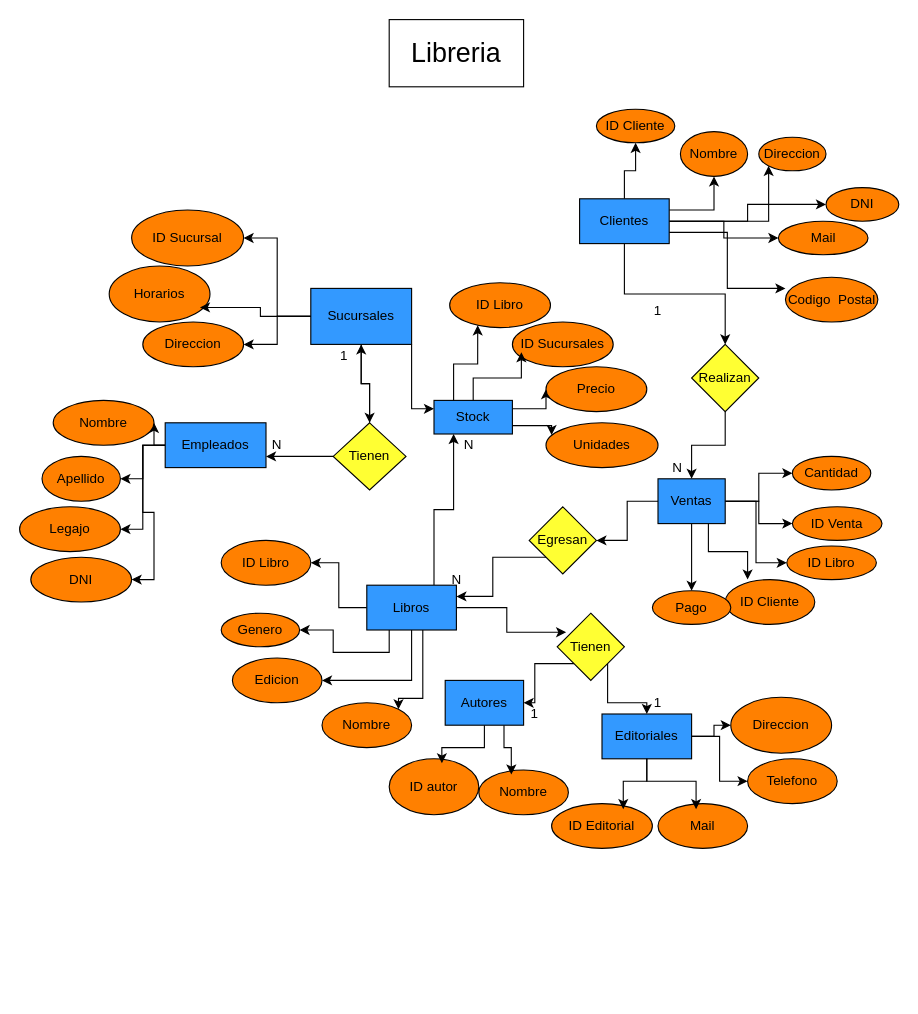
EzequielLST/SQL-Trabajo-final keeps this draw.io diagram as Cuadro Entidad Relacion Libreria.drawio. Above is the earlier version. Source tidied: cells renumbered, new cells numbered last; positions are measured from the earlier drawing's top-left corner, leaving out a move shared by most shapes. Both pictures are drawn from the tidied source at 112%, with x=0, y=0 at pixel (19, 19).
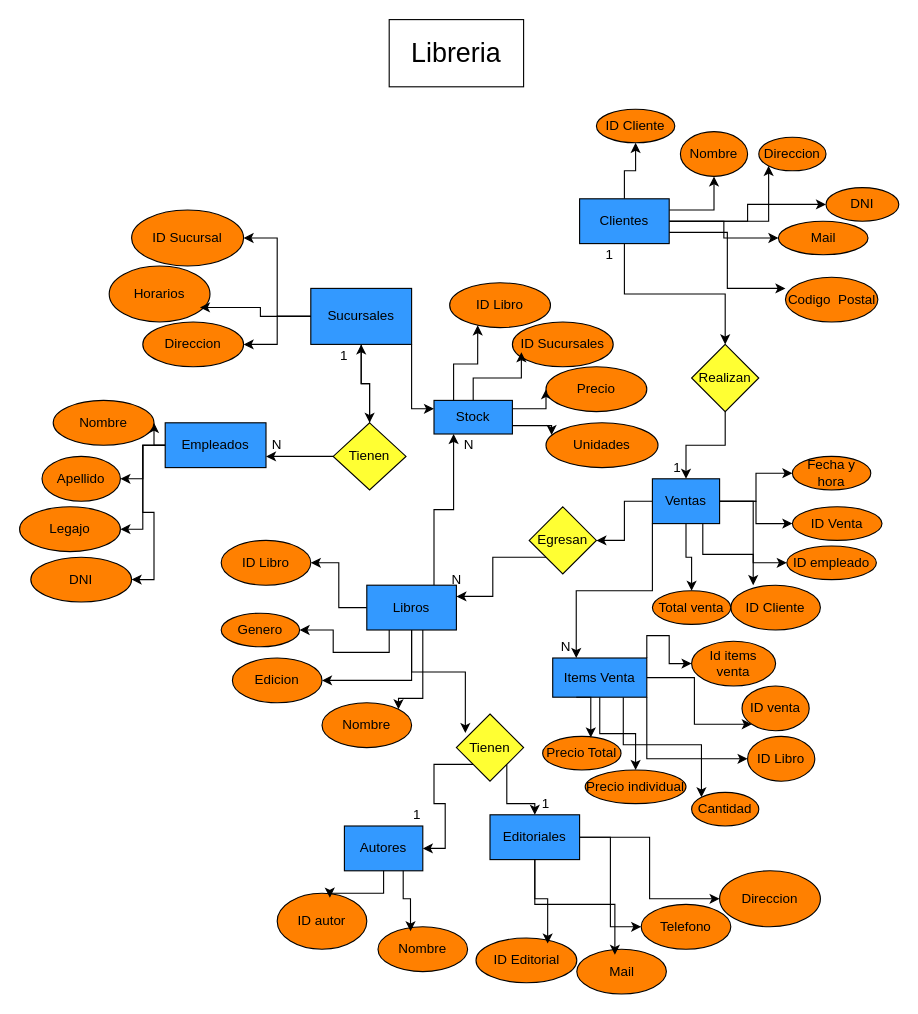
The same diagram, later.

What changed in the source:
```diff
@@
     <mxCell id="28" value="Editoriales" style="rounded=0;whiteSpace=wrap;html=1;fillColor=#3399FF;" parent="1" vertex="1">
-      <mxGeometry x="520" y="620" width="80" height="40" as="geometry" />
+      <mxGeometry x="420" y="710" width="80" height="40" as="geometry" />
     </mxCell>
@@
     <mxCell id="31" value="Tienen" style="rhombus;whiteSpace=wrap;html=1;fillColor=#FFFF33;" parent="1" vertex="1">
-      <mxGeometry x="480" y="530" width="60" height="60" as="geometry" />
+      <mxGeometry x="390" y="620" width="60" height="60" as="geometry" />
     </mxCell>
@@
+    <mxCell id="99" style="edgeStyle=orthogonalEdgeStyle;rounded=0;jettySize=auto;html=1;exitX=0;exitY=1;exitDx=0;exitDy=0;entryX=0.25;entryY=0;entryDx=0;entryDy=0;" parent="1" edge="1" source="41" target="105">
+      <mxGeometry relative="1" as="geometry" />
+    </mxCell>
     <mxCell id="41" value="Ventas" style="rounded=0;whiteSpace=wrap;html=1;fillColor=#3399FF;" parent="1" vertex="1">
-      <mxGeometry x="570" y="410" width="60" height="40" as="geometry" />
+      <mxGeometry x="565" y="410" width="60" height="40" as="geometry" />
     </mxCell>
@@
-    <mxCell id="49" value="Cantidad" style="ellipse;whiteSpace=wrap;html=1;fillColor=#FF8000;" parent="1" vertex="1">
+    <mxCell id="49" value="Fecha y hora" style="ellipse;whiteSpace=wrap;html=1;fillColor=#FF8000;" parent="1" vertex="1">
       <mxGeometry x="690" y="390" width="70" height="30" as="geometry" />
     </mxCell>
@@
-    <mxCell id="51" value="ID Libro" style="ellipse;whiteSpace=wrap;html=1;fillColor=#FF8000;" parent="1" vertex="1">
+    <mxCell id="51" value="ID empleado" style="ellipse;whiteSpace=wrap;html=1;fillColor=#FF8000;" parent="1" vertex="1">
       <mxGeometry x="685" y="470" width="80" height="30" as="geometry" />
     </mxCell>
     <mxCell id="52" value="ID Cliente" style="ellipse;whiteSpace=wrap;html=1;fillColor=#FF8000;" parent="1" vertex="1">
-      <mxGeometry x="630" y="500" width="80" height="40" as="geometry" />
+      <mxGeometry x="635" y="505" width="80" height="40" as="geometry" />
     </mxCell>
-    <mxCell id="53" value="Pago" style="ellipse;whiteSpace=wrap;html=1;fillColor=#FF8000;" parent="1" vertex="1">
+    <mxCell id="53" value="Total venta" style="ellipse;whiteSpace=wrap;html=1;fillColor=#FF8000;" parent="1" vertex="1">
       <mxGeometry x="565" y="510" width="70" height="30" as="geometry" />
     </mxCell>
@@
     <mxCell id="55" value="Autores" style="rounded=0;whiteSpace=wrap;html=1;fillColor=#3399FF;" parent="1" vertex="1">
-      <mxGeometry x="380" y="590" width="70" height="40" as="geometry" />
+      <mxGeometry x="290" y="720" width="70" height="40" as="geometry" />
     </mxCell>
@@
     <mxCell id="65" value="ID Editorial" style="ellipse;whiteSpace=wrap;html=1;fillColor=#FF8000;" parent="1" vertex="1">
-      <mxGeometry x="475" y="700" width="90" height="40" as="geometry" />
+      <mxGeometry x="407.5" y="820" width="90" height="40" as="geometry" />
     </mxCell>
@@
     <mxCell id="67" value="Mail" style="ellipse;whiteSpace=wrap;html=1;fillColor=#FF8000;" parent="1" vertex="1">
-      <mxGeometry x="570" y="700" width="80" height="40" as="geometry" />
+      <mxGeometry x="497.5" y="830" width="80" height="40" as="geometry" />
     </mxCell>
     <mxCell id="68" value="Telefono" style="ellipse;whiteSpace=wrap;html=1;fillColor=#FF8000;" parent="1" vertex="1">
-      <mxGeometry x="650" y="660" width="80" height="40" as="geometry" />
+      <mxGeometry x="555" y="790" width="80" height="40" as="geometry" />
     </mxCell>
     <mxCell id="69" value="Direccion" style="ellipse;whiteSpace=wrap;html=1;fillColor=#FF8000;" parent="1" vertex="1">
-      <mxGeometry x="635" y="605" width="90" height="50" as="geometry" />
+      <mxGeometry x="625" y="760" width="90" height="50" as="geometry" />
     </mxCell>
@@
     <mxCell id="72" value="ID autor" style="ellipse;whiteSpace=wrap;html=1;fillColor=#FF8000;" parent="1" vertex="1">
-      <mxGeometry x="330" y="660" width="80" height="50" as="geometry" />
+      <mxGeometry x="230" y="780" width="80" height="50" as="geometry" />
     </mxCell>
@@
     <mxCell id="88" value="1" style="text;html=1;align=center;verticalAlign=middle;whiteSpace=wrap;rounded=0;" parent="1" vertex="1">
-      <mxGeometry x="560" y="600" width="20" height="20" as="geometry" />
+      <mxGeometry x="460" y="690" width="20" height="20" as="geometry" />
     </mxCell>
     <mxCell id="89" value="1" style="text;html=1;align=center;verticalAlign=middle;whiteSpace=wrap;rounded=0;" parent="1" vertex="1">
-      <mxGeometry x="450" y="610" width="20" height="20" as="geometry" />
+      <mxGeometry x="345" y="700" width="20" height="20" as="geometry" />
     </mxCell>
-    <mxCell id="90" value="N" style="text;html=1;align=center;verticalAlign=middle;whiteSpace=wrap;rounded=0;" parent="1" vertex="1">
+    <mxCell id="90" value="1" style="text;html=1;align=center;verticalAlign=middle;whiteSpace=wrap;rounded=0;" parent="1" vertex="1">
       <mxGeometry x="570" y="390" width="35" height="20" as="geometry" />
     </mxCell>
@@
     <mxCell id="92" value="1" style="text;html=1;align=center;verticalAlign=middle;whiteSpace=wrap;rounded=0;" parent="1" vertex="1">
-      <mxGeometry x="560" y="250" width="20" height="20" as="geometry" />
+      <mxGeometry x="517" y="200" width="20" height="20" as="geometry" />
     </mxCell>
@@
     <mxCell id="95" value="Nombre" style="ellipse;whiteSpace=wrap;html=1;fillColor=#FF8000;" parent="1" vertex="1">
-      <mxGeometry x="410" y="670" width="80" height="40" as="geometry" />
+      <mxGeometry x="320" y="810" width="80" height="40" as="geometry" />
     </mxCell>
@@
+    <mxCell id="100" style="edgeStyle=orthogonalEdgeStyle;rounded=0;jettySize=auto;html=1;exitX=0.5;exitY=1;exitDx=0;exitDy=0;entryX=0.5;entryY=0;entryDx=0;entryDy=0;" parent="1" edge="1" source="105" target="110">
+      <mxGeometry relative="1" as="geometry" />
+    </mxCell>
+    <mxCell id="101" style="edgeStyle=orthogonalEdgeStyle;rounded=0;jettySize=auto;html=1;exitX=0.75;exitY=1;exitDx=0;exitDy=0;entryX=0;entryY=0;entryDx=0;entryDy=0;" parent="1" edge="1" source="105" target="109">
+      <mxGeometry relative="1" as="geometry" />
+    </mxCell>
+    <mxCell id="102" style="edgeStyle=orthogonalEdgeStyle;rounded=0;jettySize=auto;html=1;exitX=1;exitY=1;exitDx=0;exitDy=0;entryX=0;entryY=0.5;entryDx=0;entryDy=0;" parent="1" edge="1" source="105" target="108">
+      <mxGeometry relative="1" as="geometry" />
+    </mxCell>
+    <mxCell id="103" style="edgeStyle=orthogonalEdgeStyle;rounded=0;jettySize=auto;html=1;exitX=1;exitY=0.5;exitDx=0;exitDy=0;entryX=0;entryY=1;entryDx=0;entryDy=0;" parent="1" edge="1" source="105" target="107">
+      <mxGeometry relative="1" as="geometry" />
+    </mxCell>
+    <mxCell id="104" style="edgeStyle=orthogonalEdgeStyle;rounded=0;jettySize=auto;html=1;exitX=1;exitY=0;exitDx=0;exitDy=0;entryX=0;entryY=0.5;entryDx=0;entryDy=0;" parent="1" edge="1" source="105" target="106">
+      <mxGeometry relative="1" as="geometry" />
+    </mxCell>
+    <mxCell id="105" value="Items Venta" style="rounded=0;whiteSpace=wrap;html=1;fillColor=#3399FF;" parent="1" vertex="1">
+      <mxGeometry x="476" y="570" width="84" height="35" as="geometry" />
+    </mxCell>
+    <mxCell id="106" value="Id items venta" style="ellipse;whiteSpace=wrap;html=1;fillColor=#FF8000;" parent="1" vertex="1">
+      <mxGeometry x="600" y="555" width="75" height="40" as="geometry" />
+    </mxCell>
+    <mxCell id="107" value="ID venta" style="ellipse;whiteSpace=wrap;html=1;fillColor=#FF8000;" parent="1" vertex="1">
+      <mxGeometry x="645" y="595" width="60" height="40" as="geometry" />
+    </mxCell>
+    <mxCell id="108" value="ID Libro" style="ellipse;whiteSpace=wrap;html=1;fillColor=#FF8000;" parent="1" vertex="1">
+      <mxGeometry x="650" y="640" width="60" height="40" as="geometry" />
+    </mxCell>
+    <mxCell id="109" value="Cantidad" style="ellipse;whiteSpace=wrap;html=1;fillColor=#FF8000;" parent="1" vertex="1">
+      <mxGeometry x="600" y="690" width="60" height="30" as="geometry" />
+    </mxCell>
+    <mxCell id="110" value="Precio individual" style="ellipse;whiteSpace=wrap;html=1;fillColor=#FF8000;" parent="1" vertex="1">
+      <mxGeometry x="505" y="670" width="90" height="30" as="geometry" />
+    </mxCell>
+    <mxCell id="111" value="Precio Total" style="ellipse;whiteSpace=wrap;html=1;fillColor=#FF8000;" parent="1" vertex="1">
+      <mxGeometry x="467" y="640" width="70" height="30" as="geometry" />
+    </mxCell>
+    <mxCell id="112" style="edgeStyle=orthogonalEdgeStyle;rounded=0;jettySize=auto;html=1;exitX=0.25;exitY=1;exitDx=0;exitDy=0;entryX=0.614;entryY=0.033;entryDx=0;entryDy=0;entryPerimeter=0;" parent="1" edge="1" source="105" target="111">
+      <mxGeometry relative="1" as="geometry" />
+    </mxCell>
+    <mxCell id="113" value="N" style="text;html=1;align=center;verticalAlign=middle;whiteSpace=wrap;rounded=0;" parent="1" vertex="1">
+      <mxGeometry x="477.5" y="555" width="20" height="10" as="geometry" />
+    </mxCell>
```
